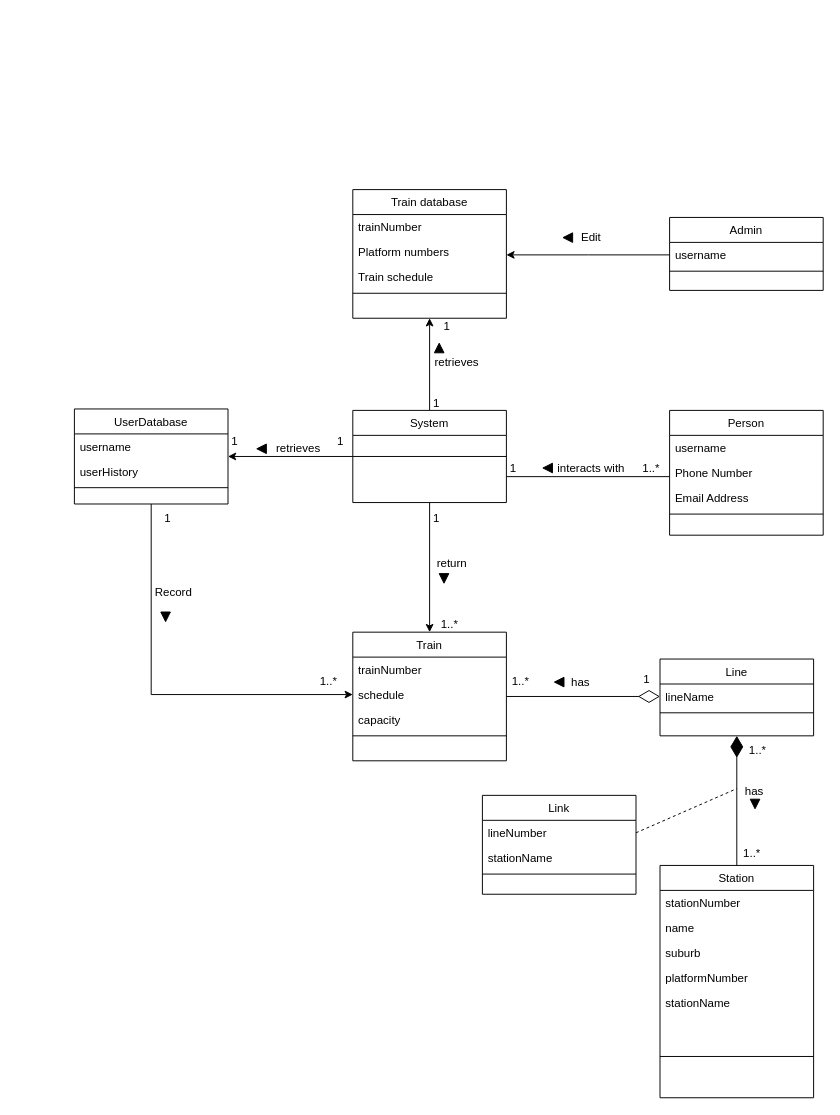
Above: Stage 2/analysisClassDiagram - Zenan.drawio in terrenceshang/CS-Capestone-Project (draw.io), before the change. Source tidied: cells renumbered, new cells numbered last; positions are measured from the earlier drawing's top-left corner, leaving out a move shared by most shapes. Both pictures are drawn from the tidied source at 96%, with x=0, y=0 at pixel (74, 189).
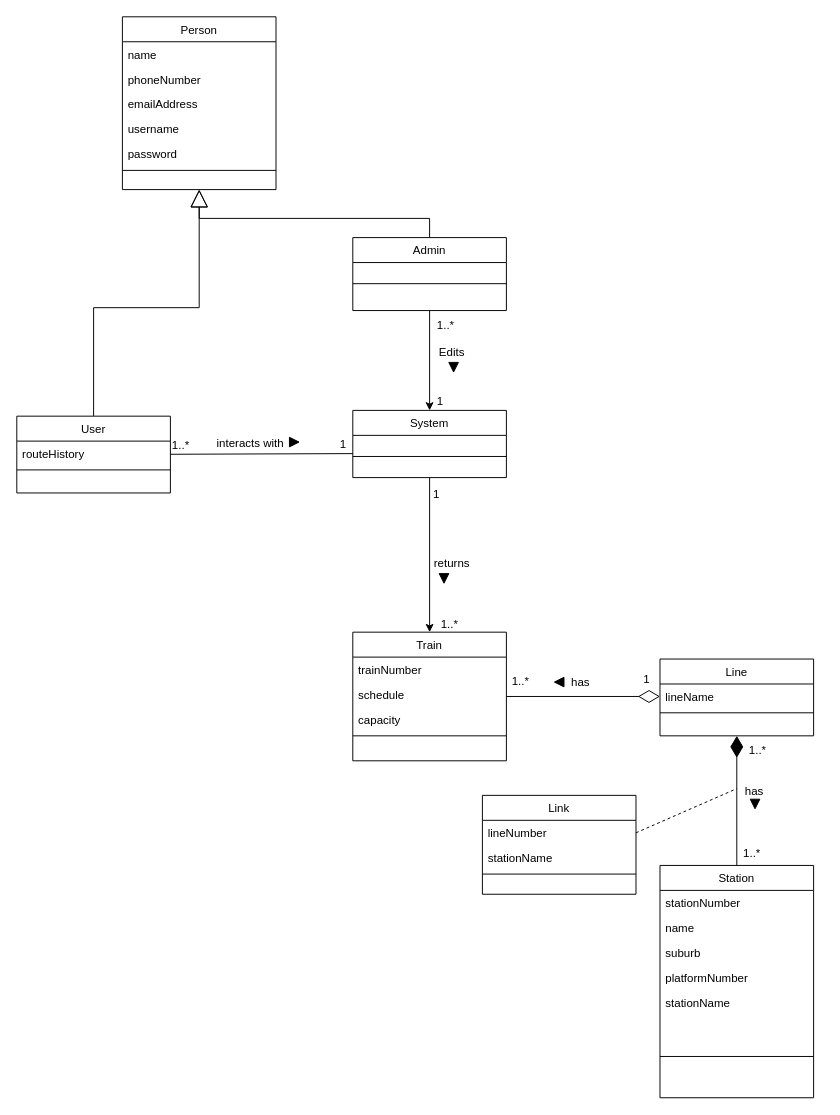
After the change.

Unchanged cells that the change refers to:
```xml
<mxCell id="18" value="schedule" style="text;align=left;verticalAlign=top;spacingLeft=4;spacingRight=4;overflow=hidden;points=[[0,0.5],[1,0.5]];portConstraint=eastwest;rounded=0;shadow=0;html=0;" parent="16" vertex="1">
  <mxGeometry y="52" width="160" height="26" as="geometry" />
</mxCell>
```

Change to the diagram source:
```diff
@@
-    <mxCell id="2" style="edgeStyle=orthogonalEdgeStyle;rounded=0;orthogonalLoop=1;jettySize=auto;html=1;entryX=1;entryY=0.5;entryDx=0;entryDy=0;endArrow=none;endFill=0;" parent="1" edge="1">
-      <mxGeometry relative="1" as="geometry">
-        <mxPoint x="620" y="299" as="sourcePoint" />
-        <mxPoint x="450" y="299" as="targetPoint" />
-      </mxGeometry>
-    </mxCell>
+    <mxCell id="79" style="rounded=0;jettySize=auto;html=1;endArrow=none;endFill=0;" parent="1" edge="1" source="3">
+      <mxGeometry relative="1" as="geometry">
+        <mxPoint x="290" y="275" as="targetPoint" />
+      </mxGeometry>
+    </mxCell>
+    <mxCell id="80" style="edgeStyle=orthogonalEdgeStyle;rounded=0;jettySize=auto;html=1;entryX=0.5;entryY=1;entryDx=0;entryDy=0;startArrow=none;startFill=0;endArrow=block;endFill=0;endSize=16;" parent="1" edge="1" source="3" target="84">
+      <mxGeometry relative="1" as="geometry" />
+    </mxCell>
-    <mxCell id="3" value="Person" style="swimlane;fontStyle=0;align=center;verticalAlign=top;horizontal=1;startSize=26;rounded=0;shadow=0;strokeWidth=1;" parent="1" vertex="1">
-      <mxGeometry x="620" y="230" width="160" height="130" as="geometry" />
+    <mxCell id="3" value="User" style="swimlane;fontStyle=0;align=center;verticalAlign=top;horizontal=1;startSize=26;rounded=0;shadow=0;strokeWidth=1;" parent="1" vertex="1">
+      <mxGeometry x="-60" y="236" width="160" height="80" as="geometry" />
     </mxCell>
-    <mxCell id="4" value="username" style="text;align=left;verticalAlign=top;spacingLeft=4;spacingRight=4;overflow=hidden;" parent="3" vertex="1">
+    <mxCell id="4" value="routeHistory" style="text;align=left;verticalAlign=top;spacingLeft=4;spacingRight=4;overflow=hidden;" parent="3" vertex="1">
       <mxGeometry y="26" width="160" height="26" as="geometry" />
     </mxCell>
-    <mxCell id="5" value="Phone Number" style="text;align=left;verticalAlign=top;spacingLeft=4;spacingRight=4;overflow=hidden;rounded=0;shadow=0;html=0;" parent="3" vertex="1">
-      <mxGeometry y="52" width="160" height="26" as="geometry" />
-    </mxCell>
-    <mxCell id="6" value="Email Address" style="text;align=left;verticalAlign=top;spacingLeft=4;spacingRight=4;overflow=hidden;rounded=0;shadow=0;html=0;" parent="3" vertex="1">
-      <mxGeometry y="78" width="160" height="26" as="geometry" />
-    </mxCell>
     <mxCell id="7" style="line;html=1;strokeWidth=1;align=left;verticalAlign=middle;spacingTop=-1;spacingLeft=3;spacingRight=3;labelPosition=right;" parent="3" vertex="1">
-      <mxGeometry y="104" width="160" height="8" as="geometry" />
+      <mxGeometry y="52" width="160" height="8" as="geometry" />
     </mxCell>
@@
-    <mxCell id="34" style="edgeStyle=orthogonalEdgeStyle;rounded=0;jettySize=auto;html=1;exitX=0;exitY=0.5;exitDx=0;exitDy=0;entryX=1;entryY=0.5;entryDx=0;entryDy=0;" parent="1" edge="1" source="36" target="50">
-      <mxGeometry relative="1" as="geometry" />
-    </mxCell>
-    <mxCell id="35" style="edgeStyle=orthogonalEdgeStyle;rounded=0;jettySize=auto;html=1;exitX=0.5;exitY=0;exitDx=0;exitDy=0;entryX=0.5;entryY=1;entryDx=0;entryDy=0;" parent="1" edge="1" source="36" target="57">
-      <mxGeometry relative="1" as="geometry" />
-    </mxCell>
     <mxCell id="36" value="System" style="swimlane;fontStyle=0;align=center;verticalAlign=top;horizontal=1;startSize=26;rounded=0;shadow=0;strokeWidth=1;" parent="1" vertex="1">
-      <mxGeometry x="290" y="230" width="160" height="96" as="geometry" />
+      <mxGeometry x="290" y="230" width="160" height="70" as="geometry" />
     </mxCell>
@@
     <mxCell id="38" value="1..*" style="align=left;verticalAlign=bottom;labelBackgroundColor=none;fontSize=12;" parent="1" vertex="1">
-      <mxGeometry x="590" y="299" as="geometry" />
+      <mxGeometry x="100" y="275" as="geometry" />
     </mxCell>
     <mxCell id="39" value="1" style="align=left;verticalAlign=bottom;labelBackgroundColor=none;fontSize=12;" parent="1" vertex="1">
-      <mxGeometry x="452" y="299" as="geometry" />
+      <mxGeometry x="452" y="295" as="geometry">
+        <mxPoint x="-177" y="-21" as="offset" />
+      </mxGeometry>
     </mxCell>
     <mxCell id="40" value="interacts with" style="text;html=1;align=center;verticalAlign=middle;labelBackgroundColor=none;rounded=0;shadow=0;strokeWidth=1;fontSize=12;" parent="1" vertex="1">
-      <mxGeometry x="525" y="291" as="geometry">
+      <mxGeometry x="170" y="265" as="geometry">
         <mxPoint x="12" y="-1" as="offset" />
       </mxGeometry>
     </mxCell>
-    <mxCell id="41" style="triangle;whiteSpace=wrap;html=1;fillColor=#000000;rotation=-180;" parent="1" vertex="1">
-      <mxGeometry x="488" y="285" width="10" height="10" as="geometry" />
+    <mxCell id="41" style="triangle;whiteSpace=wrap;html=1;fillColor=#000000;rotation=0;" parent="1" vertex="1">
+      <mxGeometry x="224" y="258" width="10" height="10" as="geometry" />
     </mxCell>
-    <mxCell id="42" style="triangle;whiteSpace=wrap;html=1;fillColor=#000000;rotation=90;direction=west;" parent="1" vertex="1">
-      <mxGeometry x="375" y="160" width="10" height="10" as="geometry" />
-    </mxCell>
     <mxCell id="43" value="1" style="align=left;verticalAlign=bottom;labelBackgroundColor=none;fontSize=12;" parent="1" vertex="1">
-      <mxGeometry x="460" y="310" as="geometry">
+      <mxGeometry x="460" y="285" as="geometry">
         <mxPoint x="-88" y="41" as="offset" />
       </mxGeometry>
     </mxCell>
@@
-    <mxCell id="49" style="edgeStyle=orthogonalEdgeStyle;rounded=0;jettySize=auto;html=1;exitX=0.5;exitY=1;exitDx=0;exitDy=0;" parent="1" edge="1" source="50" target="18">
-      <mxGeometry relative="1" as="geometry" />
-    </mxCell>
-    <mxCell id="50" value="UserDatabase" style="swimlane;fontStyle=0;align=center;verticalAlign=top;horizontal=1;startSize=26;rounded=0;shadow=0;strokeWidth=1;" parent="1" vertex="1">
-      <mxGeometry y="228.5" width="160" height="99" as="geometry" />
-    </mxCell>
-    <mxCell id="51" value="username" style="text;align=left;verticalAlign=top;spacingLeft=4;spacingRight=4;overflow=hidden;" parent="50" vertex="1">
-      <mxGeometry y="26" width="160" height="26" as="geometry" />
-    </mxCell>
-    <mxCell id="52" value="userHistory" style="text;align=left;verticalAlign=top;spacingLeft=4;spacingRight=4;overflow=hidden;rounded=0;shadow=0;html=0;" parent="50" vertex="1">
-      <mxGeometry y="52" width="160" height="26" as="geometry" />
-    </mxCell>
-    <mxCell id="53" style="line;html=1;strokeWidth=1;align=left;verticalAlign=middle;spacingTop=-1;spacingLeft=3;spacingRight=3;labelPosition=right;" parent="50" vertex="1">
-      <mxGeometry y="78" width="160" height="8" as="geometry" />
-    </mxCell>
-    <mxCell id="54" value="1" style="align=left;verticalAlign=bottom;labelBackgroundColor=none;fontSize=12;" parent="1" vertex="1">
-      <mxGeometry x="360" y="230" as="geometry">
-        <mxPoint x="-88" y="41" as="offset" />
-      </mxGeometry>
-    </mxCell>
-    <mxCell id="55" value="1" style="align=left;verticalAlign=bottom;labelBackgroundColor=none;fontSize=12;" parent="1" vertex="1">
-      <mxGeometry x="250" y="230" as="geometry">
-        <mxPoint x="-88" y="41" as="offset" />
-      </mxGeometry>
-    </mxCell>
-    <mxCell id="56" value="retrieves" style="text;html=1;align=center;verticalAlign=middle;labelBackgroundColor=none;rounded=0;shadow=0;strokeWidth=1;fontSize=12;" parent="1" vertex="1">
-      <mxGeometry x="220" y="270" as="geometry">
-        <mxPoint x="12" y="-1" as="offset" />
-      </mxGeometry>
-    </mxCell>
-    <mxCell id="57" value="Train database" style="swimlane;fontStyle=0;align=center;verticalAlign=top;horizontal=1;startSize=26;rounded=0;shadow=0;strokeWidth=1;" parent="1" vertex="1">
-      <mxGeometry x="290" width="160" height="134" as="geometry" />
-    </mxCell>
-    <mxCell id="58" value="trainNumber" style="text;align=left;verticalAlign=top;spacingLeft=4;spacingRight=4;overflow=hidden;" parent="57" vertex="1">
-      <mxGeometry y="26" width="160" height="26" as="geometry" />
-    </mxCell>
-    <mxCell id="59" value="Platform numbers" style="text;align=left;verticalAlign=top;spacingLeft=4;spacingRight=4;overflow=hidden;rounded=0;shadow=0;html=0;" parent="57" vertex="1">
-      <mxGeometry y="52" width="160" height="26" as="geometry" />
-    </mxCell>
-    <mxCell id="60" value="Train schedule" style="text;align=left;verticalAlign=top;spacingLeft=4;spacingRight=4;overflow=hidden;rounded=0;shadow=0;html=0;" parent="57" vertex="1">
-      <mxGeometry y="78" width="160" height="26" as="geometry" />
-    </mxCell>
-    <mxCell id="61" style="line;html=1;strokeWidth=1;align=left;verticalAlign=middle;spacingTop=-1;spacingLeft=3;spacingRight=3;labelPosition=right;" parent="57" vertex="1">
-      <mxGeometry y="104" width="160" height="8" as="geometry" />
-    </mxCell>
-    <mxCell id="62" value="1" style="align=left;verticalAlign=bottom;labelBackgroundColor=none;fontSize=12;" parent="1" vertex="1">
-      <mxGeometry x="471" y="110" as="geometry">
-        <mxPoint x="-88" y="41" as="offset" />
-      </mxGeometry>
-    </mxCell>
-    <mxCell id="63" value="retrieves" style="text;html=1;align=center;verticalAlign=middle;labelBackgroundColor=none;rounded=0;shadow=0;strokeWidth=1;fontSize=12;" parent="1" vertex="1">
-      <mxGeometry x="385" y="180" as="geometry">
-        <mxPoint x="12" y="-1" as="offset" />
-      </mxGeometry>
-    </mxCell>
-    <mxCell id="64" value="1" style="align=left;verticalAlign=bottom;labelBackgroundColor=none;fontSize=12;" parent="1" vertex="1">
-      <mxGeometry x="460" y="190" as="geometry">
-        <mxPoint x="-88" y="41" as="offset" />
-      </mxGeometry>
-    </mxCell>
@@
-    <mxCell id="66" style="triangle;whiteSpace=wrap;html=1;fillColor=#000000;rotation=-180;" parent="1" vertex="1">
-      <mxGeometry x="190" y="265" width="10" height="10" as="geometry" />
-    </mxCell>
-    <mxCell id="67" value="return" style="text;html=1;align=center;verticalAlign=middle;labelBackgroundColor=none;rounded=0;shadow=0;strokeWidth=1;fontSize=12;" parent="1" vertex="1">
+    <mxCell id="67" value="returns" style="text;html=1;align=center;verticalAlign=middle;labelBackgroundColor=none;rounded=0;shadow=0;strokeWidth=1;fontSize=12;" parent="1" vertex="1">
       <mxGeometry x="380" y="390" as="geometry">
         <mxPoint x="12" y="-1" as="offset" />
       </mxGeometry>
     </mxCell>
@@
-    <mxCell id="69" value="1..*" style="align=left;verticalAlign=bottom;labelBackgroundColor=none;fontSize=12;" parent="1" vertex="1">
-      <mxGeometry x="350" y="489" as="geometry">
-        <mxPoint x="-96" y="32" as="offset" />
-      </mxGeometry>
-    </mxCell>
-    <mxCell id="70" value="1" style="align=left;verticalAlign=bottom;labelBackgroundColor=none;fontSize=12;" parent="1" vertex="1">
-      <mxGeometry x="180" y="310" as="geometry">
-        <mxPoint x="-88" y="41" as="offset" />
-      </mxGeometry>
-    </mxCell>
-    <mxCell id="71" value="Record" style="text;html=1;align=center;verticalAlign=middle;labelBackgroundColor=none;rounded=0;shadow=0;strokeWidth=1;fontSize=12;" parent="1" vertex="1">
-      <mxGeometry x="90" y="420" as="geometry">
-        <mxPoint x="12" y="-1" as="offset" />
-      </mxGeometry>
-    </mxCell>
-    <mxCell id="72" style="triangle;whiteSpace=wrap;html=1;fillColor=#000000;rotation=-180;direction=north;" parent="1" vertex="1">
-      <mxGeometry x="90" y="440" width="10" height="10" as="geometry" />
-    </mxCell>
+    <mxCell id="81" style="edgeStyle=orthogonalEdgeStyle;rounded=0;jettySize=auto;html=1;exitX=0.5;exitY=1;exitDx=0;exitDy=0;entryX=0.5;entryY=0;entryDx=0;entryDy=0;" parent="1" edge="1" source="73" target="36">
+      <mxGeometry relative="1" as="geometry" />
+    </mxCell>
+    <mxCell id="82" style="edgeStyle=orthogonalEdgeStyle;rounded=0;jettySize=auto;html=1;entryX=0.5;entryY=1;entryDx=0;entryDy=0;endArrow=block;endFill=0;startArrow=none;startFill=0;exitX=0.5;exitY=0;exitDx=0;exitDy=0;endSize=16;" parent="1" edge="1" source="73" target="84">
+      <mxGeometry relative="1" as="geometry" />
+    </mxCell>
     <mxCell id="73" value="Admin" style="swimlane;fontStyle=0;align=center;verticalAlign=top;horizontal=1;startSize=26;rounded=0;shadow=0;strokeWidth=1;" parent="1" vertex="1">
-      <mxGeometry x="620" y="29" width="160" height="76" as="geometry" />
+      <mxGeometry x="290" y="50" width="160" height="76" as="geometry" />
     </mxCell>
-    <mxCell id="74" value="username" style="text;align=left;verticalAlign=top;spacingLeft=4;spacingRight=4;overflow=hidden;points=[[0,0.5],[1,0.5]];portConstraint=eastwest;" parent="73" vertex="1">
-      <mxGeometry y="26" width="160" height="26" as="geometry" />
-    </mxCell>
     <mxCell id="75" style="line;html=1;strokeWidth=1;align=left;verticalAlign=middle;spacingTop=-1;spacingLeft=3;spacingRight=3;labelPosition=right;" parent="73" vertex="1">
-      <mxGeometry y="52" width="160" height="8" as="geometry" />
+      <mxGeometry y="26" width="160" height="44" as="geometry" />
     </mxCell>
-    <mxCell id="76" value="Edit" style="text;html=1;align=center;verticalAlign=middle;labelBackgroundColor=none;rounded=0;shadow=0;strokeWidth=1;fontSize=12;" parent="1" vertex="1">
-      <mxGeometry x="525" y="50" as="geometry">
+    <mxCell id="76" value="Edits" style="text;html=1;align=center;verticalAlign=middle;labelBackgroundColor=none;rounded=0;shadow=0;strokeWidth=1;fontSize=12;" parent="1" vertex="1">
+      <mxGeometry x="380" y="170" as="geometry">
         <mxPoint x="12" y="-1" as="offset" />
       </mxGeometry>
     </mxCell>
-    <mxCell id="77" style="edgeStyle=orthogonalEdgeStyle;rounded=0;jettySize=auto;html=1;exitX=0;exitY=0.5;exitDx=0;exitDy=0;" parent="1" edge="1" source="74">
-      <mxGeometry relative="1" as="geometry">
-        <mxPoint x="450" y="68" as="targetPoint" />
-      </mxGeometry>
-    </mxCell>
-    <mxCell id="78" style="triangle;whiteSpace=wrap;html=1;fillColor=#000000;rotation=90;direction=south;" parent="1" vertex="1">
-      <mxGeometry x="509" y="45" width="10" height="10" as="geometry" />
+    <mxCell id="78" style="triangle;whiteSpace=wrap;html=1;fillColor=#000000;rotation=90;direction=east;" parent="1" vertex="1">
+      <mxGeometry x="390" y="180" width="10" height="10" as="geometry" />
     </mxCell>
+    <mxCell id="69" value="1..*" style="align=left;verticalAlign=bottom;labelBackgroundColor=none;fontSize=12;" parent="1" vertex="1">
+      <mxGeometry x="390" y="240" as="geometry">
+        <mxPoint x="-14" y="-90" as="offset" />
+      </mxGeometry>
+    </mxCell>
+    <mxCell id="83" value="1" style="align=left;verticalAlign=bottom;labelBackgroundColor=none;fontSize=12;" parent="1" vertex="1">
+      <mxGeometry x="454" y="319" as="geometry">
+        <mxPoint x="-78" y="-90" as="offset" />
+      </mxGeometry>
+    </mxCell>
+    <mxCell id="84" value="Person" style="swimlane;fontStyle=0;align=center;verticalAlign=top;horizontal=1;startSize=26;rounded=0;shadow=0;strokeWidth=1;" parent="1" vertex="1">
+      <mxGeometry x="50" y="-180" width="160" height="180" as="geometry" />
+    </mxCell>
+    <mxCell id="85" value="name" style="text;align=left;verticalAlign=top;spacingLeft=4;spacingRight=4;overflow=hidden;" parent="84" vertex="1">
+      <mxGeometry y="26" width="160" height="26" as="geometry" />
+    </mxCell>
+    <mxCell id="86" value="phoneNumber" style="text;align=left;verticalAlign=top;spacingLeft=4;spacingRight=4;overflow=hidden;rounded=0;shadow=0;html=0;" parent="84" vertex="1">
+      <mxGeometry y="52" width="160" height="26" as="geometry" />
+    </mxCell>
+    <mxCell id="87" value="emailAddress" style="text;align=left;verticalAlign=top;spacingLeft=4;spacingRight=4;overflow=hidden;rounded=0;shadow=0;html=0;" parent="84" vertex="1">
+      <mxGeometry y="78" width="160" height="26" as="geometry" />
+    </mxCell>
+    <mxCell id="88" value="username" style="text;align=left;verticalAlign=top;spacingLeft=4;spacingRight=4;overflow=hidden;rounded=0;shadow=0;html=0;" parent="84" vertex="1">
+      <mxGeometry y="104" width="160" height="26" as="geometry" />
+    </mxCell>
+    <mxCell id="89" value="password" style="text;align=left;verticalAlign=top;spacingLeft=4;spacingRight=4;overflow=hidden;rounded=0;shadow=0;html=0;" parent="84" vertex="1">
+      <mxGeometry y="130" width="160" height="26" as="geometry" />
+    </mxCell>
+    <mxCell id="90" style="line;html=1;strokeWidth=1;align=left;verticalAlign=middle;spacingTop=-1;spacingLeft=3;spacingRight=3;labelPosition=right;" parent="84" vertex="1">
+      <mxGeometry y="156" width="160" height="8" as="geometry" />
+    </mxCell>
```
